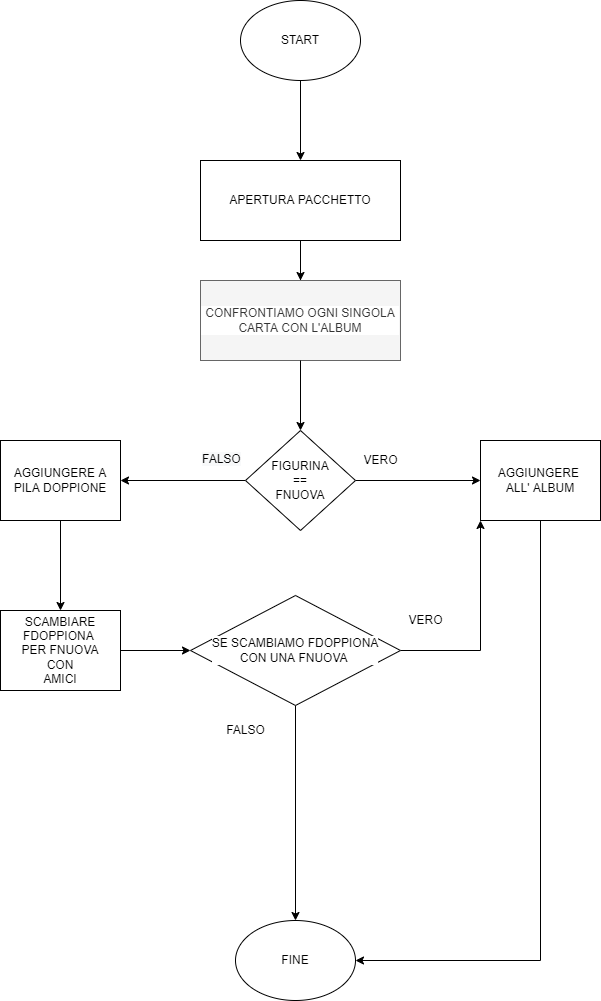
alegiunt99/human-code keeps this draw.io diagram as Diagramma_di_flusso.png. Above is the earlier version. Source tidied: cells renumbered, new cells last; positions are measured from the earlier drawing's top-left corner, leaving out a move shared by most shapes. The source it was exported from:
```xml
<mxGraphModel>
  <root>
    <mxCell id="0" />
    <mxCell id="1" parent="0" />
    <mxCell id="2" value="START" style="ellipse;whiteSpace=wrap;html=1;" parent="1" vertex="1">
      <mxGeometry x="240" width="120" height="80" as="geometry" />
    </mxCell>
    <mxCell id="3" style="endArrow=classic;html=1;rounded=0;exitX=0.5;exitY=1;exitDx=0;exitDy=0;" parent="1" edge="1" source="2">
      <mxGeometry relative="1" as="geometry">
        <mxPoint x="300" y="160" as="targetPoint" />
      </mxGeometry>
    </mxCell>
    <mxCell id="4" style="rounded=0;whiteSpace=wrap;html=1;labelBackgroundColor=#FFFFFF;fontColor=#FFFFFF;" parent="1" vertex="1">
      <mxGeometry x="200" y="160" width="200" height="80" as="geometry" />
    </mxCell>
    <mxCell id="5" style="edgeStyle=orthogonalEdgeStyle;rounded=0;jettySize=auto;html=1;fontColor=#000000;" parent="1" edge="1" source="6" target="8">
      <mxGeometry relative="1" as="geometry" />
    </mxCell>
    <mxCell id="6" value="&lt;font color=&quot;#000000&quot;&gt;APERTURA PACCHETTO&lt;/font&gt;" style="text;html=1;strokeColor=none;fillColor=none;align=center;verticalAlign=middle;whiteSpace=wrap;rounded=0;labelBackgroundColor=#FFFFFF;fontColor=#FFFFFF;" parent="1" vertex="1">
      <mxGeometry x="200" y="160" width="200" height="80" as="geometry" />
    </mxCell>
    <mxCell id="7" style="endArrow=classic;html=1;rounded=0;fontColor=#000000;exitX=0.5;exitY=1;exitDx=0;exitDy=0;" parent="1" edge="1" source="6">
      <mxGeometry relative="1" as="geometry">
        <mxPoint x="300" y="290" as="targetPoint" />
      </mxGeometry>
    </mxCell>
    <mxCell id="8" value="CONFRONTIAMO OGNI SINGOLA CARTA CON L'ALBUM" style="text;html=1;align=center;verticalAlign=middle;whiteSpace=wrap;rounded=0;labelBackgroundColor=#FFFFFF;fillColor=#f5f5f5;fontColor=#333333;strokeColor=#666666;" parent="1" vertex="1">
      <mxGeometry x="200" y="280" width="200" height="80" as="geometry" />
    </mxCell>
    <mxCell id="9" style="edgeStyle=orthogonalEdgeStyle;rounded=0;jettySize=auto;html=1;fontColor=#000000;" parent="1" edge="1" source="11" target="14">
      <mxGeometry relative="1" as="geometry" />
    </mxCell>
    <mxCell id="10" style="edgeStyle=orthogonalEdgeStyle;rounded=0;jettySize=auto;html=1;fontColor=#000000;entryX=1;entryY=0.5;entryDx=0;entryDy=0;" parent="1" edge="1" source="11" target="16">
      <mxGeometry relative="1" as="geometry" />
    </mxCell>
    <mxCell id="11" value="FIGURINA&lt;br&gt;==&lt;br&gt;FNUOVA" style="rhombus;whiteSpace=wrap;html=1;labelBackgroundColor=#FFFFFF;fontColor=#000000;fillColor=#FFFFFF;" parent="1" vertex="1">
      <mxGeometry x="245" y="430" width="110" height="100" as="geometry" />
    </mxCell>
    <mxCell id="12" style="endArrow=classic;html=1;rounded=0;fontColor=#000000;entryX=0.5;entryY=0;entryDx=0;entryDy=0;exitX=0.5;exitY=1;exitDx=0;exitDy=0;" parent="1" edge="1" source="8" target="11">
      <mxGeometry relative="1" as="geometry" />
    </mxCell>
    <mxCell id="13" style="edgeStyle=orthogonalEdgeStyle;rounded=0;jettySize=auto;html=1;entryX=1;entryY=0.5;entryDx=0;entryDy=0;fontColor=#000000;" parent="1" edge="1" source="14" target="22">
      <mxGeometry relative="1" as="geometry">
        <Array as="points">
          <mxPoint x="540" y="960" />
        </Array>
      </mxGeometry>
    </mxCell>
    <mxCell id="14" value="AGGIUNGERE &lt;br&gt;ALL' ALBUM" style="whiteSpace=wrap;html=1;fillColor=#FFFFFF;fontColor=#000000;labelBackgroundColor=#FFFFFF;" parent="1" vertex="1">
      <mxGeometry x="480" y="440" width="120" height="80" as="geometry" />
    </mxCell>
    <mxCell id="15" style="edgeStyle=orthogonalEdgeStyle;rounded=0;jettySize=auto;html=1;fontColor=#000000;" parent="1" edge="1" source="16" target="20">
      <mxGeometry relative="1" as="geometry" />
    </mxCell>
    <mxCell id="16" value="AGGIUNGERE A PILA DOPPIONE" style="whiteSpace=wrap;html=1;fillColor=#FFFFFF;fontColor=#000000;labelBackgroundColor=#FFFFFF;" parent="1" vertex="1">
      <mxGeometry y="440" width="120" height="80" as="geometry" />
    </mxCell>
    <mxCell id="17" value="VERO&lt;br&gt;" style="text;html=1;align=center;verticalAlign=middle;strokeColor=none;fillColor=none;fontColor=#000000;" parent="1" vertex="1">
      <mxGeometry x="355" y="450" width="50" height="20" as="geometry" />
    </mxCell>
    <mxCell id="18" value="&lt;span style=&quot;color: rgb(0 , 0 , 0) ; font-family: &amp;#34;helvetica&amp;#34; ; font-size: 12px ; font-style: normal ; font-weight: 400 ; letter-spacing: normal ; text-align: center ; text-indent: 0px ; text-transform: none ; word-spacing: 0px ; background-color: rgb(248 , 249 , 250) ; display: inline ; float: none&quot;&gt;FALSO&lt;br&gt;&lt;br&gt;&lt;br&gt;&lt;/span&gt;" style="text;whiteSpace=wrap;html=1;fontColor=#000000;" parent="1" vertex="1">
      <mxGeometry x="200" y="445" width="60" height="30" as="geometry" />
    </mxCell>
    <mxCell id="19" style="edgeStyle=orthogonalEdgeStyle;rounded=0;jettySize=auto;html=1;fontColor=#000000;" parent="1" edge="1" source="20" target="25">
      <mxGeometry relative="1" as="geometry" />
    </mxCell>
    <mxCell id="20" value="SCAMBIARE FDOPPIONA &lt;br&gt;PER FNUOVA&lt;br&gt;CON&lt;br&gt;AMICI" style="whiteSpace=wrap;html=1;fillColor=#FFFFFF;fontColor=#000000;labelBackgroundColor=#FFFFFF;" parent="1" vertex="1">
      <mxGeometry y="610" width="120" height="80" as="geometry" />
    </mxCell>
    <mxCell id="21" style="edgeStyle=orthogonalEdgeStyle;rounded=0;orthogonalLoop=1;jettySize=auto;html=1;entryX=0.5;entryY=1;entryDx=0;entryDy=0;fontColor=#000000;exitX=0.5;exitY=1;exitDx=0;exitDy=0;" parent="1" edge="1" source="20" target="20">
      <mxGeometry relative="1" as="geometry" />
    </mxCell>
    <mxCell id="22" value="FINE" style="ellipse;whiteSpace=wrap;html=1;labelBackgroundColor=#FFFFFF;fontColor=#000000;fillColor=#FFFFFF;" parent="1" vertex="1">
      <mxGeometry x="235" y="920" width="120" height="80" as="geometry" />
    </mxCell>
    <mxCell id="23" style="edgeStyle=orthogonalEdgeStyle;rounded=0;jettySize=auto;html=1;entryX=0;entryY=1;entryDx=0;entryDy=0;fontColor=#000000;" parent="1" edge="1" source="25" target="14">
      <mxGeometry relative="1" as="geometry" />
    </mxCell>
    <mxCell id="24" style="edgeStyle=orthogonalEdgeStyle;rounded=0;jettySize=auto;html=1;fontColor=#000000;" parent="1" edge="1" source="25" target="22">
      <mxGeometry relative="1" as="geometry" />
    </mxCell>
    <mxCell id="25" value="SE SCAMBIAMO FDOPPIONA&lt;br&gt;CON UNA FNUOVA&amp;nbsp;" style="rhombus;whiteSpace=wrap;html=1;labelBackgroundColor=#FFFFFF;fontColor=#000000;fillColor=#FFFFFF;" parent="1" vertex="1">
      <mxGeometry x="190" y="595" width="210" height="110" as="geometry" />
    </mxCell>
    <mxCell id="26" value="FALSO&lt;br&gt;" style="text;html=1;align=center;verticalAlign=middle;strokeColor=none;fillColor=none;fontColor=#000000;" parent="1" vertex="1">
      <mxGeometry x="220" y="720" width="50" height="20" as="geometry" />
    </mxCell>
    <mxCell id="27" value="VERO&lt;br&gt;" style="text;html=1;align=center;verticalAlign=middle;strokeColor=none;fillColor=none;fontColor=#000000;" parent="1" vertex="1">
      <mxGeometry x="400" y="610" width="50" height="20" as="geometry" />
    </mxCell>
  </root>
</mxGraphModel>
```
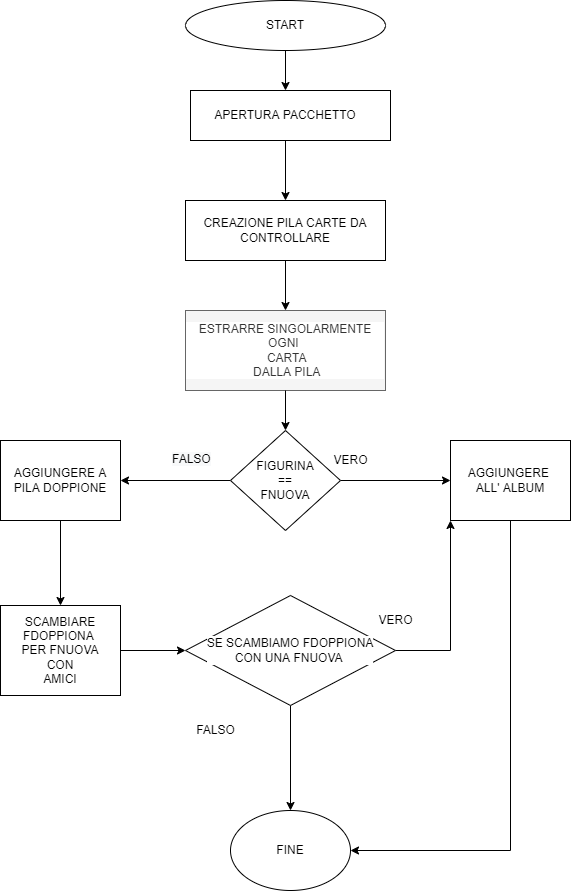
Above is the later version.

Commit message:
aggiunta Array

The edit, as a diff of the source:
```diff
@@ -2,30 +2,23 @@
   <root>
     <mxCell id="0" />
     <mxCell id="1" parent="0" />
+    <mxCell id="28" style="edgeStyle=orthogonalEdgeStyle;rounded=0;jettySize=auto;html=1;entryX=0.5;entryY=0;entryDx=0;entryDy=0;fontColor=#000000;" parent="1" edge="1" source="2" target="6">
+      <mxGeometry relative="1" as="geometry" />
+    </mxCell>
     <mxCell id="2" value="START" style="ellipse;whiteSpace=wrap;html=1;" parent="1" vertex="1">
-      <mxGeometry x="240" width="120" height="80" as="geometry" />
+      <mxGeometry x="215" width="200" height="50" as="geometry" />
     </mxCell>
-    <mxCell id="3" style="endArrow=classic;html=1;rounded=0;exitX=0.5;exitY=1;exitDx=0;exitDy=0;" parent="1" edge="1" source="2">
-      <mxGeometry relative="1" as="geometry">
-        <mxPoint x="300" y="160" as="targetPoint" />
-      </mxGeometry>
-    </mxCell>
     <mxCell id="4" style="rounded=0;whiteSpace=wrap;html=1;labelBackgroundColor=#FFFFFF;fontColor=#FFFFFF;" parent="1" vertex="1">
-      <mxGeometry x="200" y="160" width="200" height="80" as="geometry" />
+      <mxGeometry x="220" y="90" width="200" height="50" as="geometry" />
     </mxCell>
-    <mxCell id="5" style="edgeStyle=orthogonalEdgeStyle;rounded=0;jettySize=auto;html=1;fontColor=#000000;" parent="1" edge="1" source="6" target="8">
-      <mxGeometry relative="1" as="geometry" />
-    </mxCell>
+    <mxCell id="29" style="edgeStyle=orthogonalEdgeStyle;rounded=0;jettySize=auto;html=1;fontColor=#000000;" parent="1" edge="1" source="6" target="31">
+      <mxGeometry relative="1" as="geometry" />
+    </mxCell>
     <mxCell id="6" value="&lt;font color=&quot;#000000&quot;&gt;APERTURA PACCHETTO&lt;/font&gt;" style="text;html=1;strokeColor=none;fillColor=none;align=center;verticalAlign=middle;whiteSpace=wrap;rounded=0;labelBackgroundColor=#FFFFFF;fontColor=#FFFFFF;" parent="1" vertex="1">
-      <mxGeometry x="200" y="160" width="200" height="80" as="geometry" />
+      <mxGeometry x="215" y="90" width="200" height="50" as="geometry" />
     </mxCell>
-    <mxCell id="7" style="endArrow=classic;html=1;rounded=0;fontColor=#000000;exitX=0.5;exitY=1;exitDx=0;exitDy=0;" parent="1" edge="1" source="6">
-      <mxGeometry relative="1" as="geometry">
-        <mxPoint x="300" y="290" as="targetPoint" />
-      </mxGeometry>
-    </mxCell>
-    <mxCell id="8" value="CONFRONTIAMO OGNI SINGOLA CARTA CON L'ALBUM" style="text;html=1;align=center;verticalAlign=middle;whiteSpace=wrap;rounded=0;labelBackgroundColor=#FFFFFF;fillColor=#f5f5f5;fontColor=#333333;strokeColor=#666666;" parent="1" vertex="1">
-      <mxGeometry x="200" y="280" width="200" height="80" as="geometry" />
+    <mxCell id="8" value="ESTRARRE SINGOLARMENTE OGNI&amp;nbsp;&lt;br&gt;&amp;nbsp;CARTA&lt;br&gt;&amp;nbsp;DALLA PILA" style="text;html=1;align=center;verticalAlign=middle;whiteSpace=wrap;rounded=0;labelBackgroundColor=#FFFFFF;fillColor=#f5f5f5;fontColor=#333333;strokeColor=#666666;" parent="1" vertex="1">
+      <mxGeometry x="215" y="310" width="200" height="80" as="geometry" />
     </mxCell>
     <mxCell id="9" style="edgeStyle=orthogonalEdgeStyle;rounded=0;jettySize=auto;html=1;fontColor=#000000;" parent="1" edge="1" source="11" target="14">
       <mxGeometry relative="1" as="geometry" />
@@ -34,7 +27,7 @@
       <mxGeometry relative="1" as="geometry" />
     </mxCell>
     <mxCell id="11" value="FIGURINA&lt;br&gt;==&lt;br&gt;FNUOVA" style="rhombus;whiteSpace=wrap;html=1;labelBackgroundColor=#FFFFFF;fontColor=#000000;fillColor=#FFFFFF;" parent="1" vertex="1">
-      <mxGeometry x="245" y="430" width="110" height="100" as="geometry" />
+      <mxGeometry x="260" y="430" width="110" height="100" as="geometry" />
     </mxCell>
     <mxCell id="12" style="endArrow=classic;html=1;rounded=0;fontColor=#000000;entryX=0.5;entryY=0;entryDx=0;entryDy=0;exitX=0.5;exitY=1;exitDx=0;exitDy=0;" parent="1" edge="1" source="8" target="11">
       <mxGeometry relative="1" as="geometry" />
@@ -42,7 +35,7 @@
     <mxCell id="13" style="edgeStyle=orthogonalEdgeStyle;rounded=0;jettySize=auto;html=1;entryX=1;entryY=0.5;entryDx=0;entryDy=0;fontColor=#000000;" parent="1" edge="1" source="14" target="22">
       <mxGeometry relative="1" as="geometry">
         <Array as="points">
-          <mxPoint x="540" y="960" />
+          <mxPoint x="540" y="850" />
         </Array>
       </mxGeometry>
     </mxCell>
@@ -53,7 +46,7 @@
       <mxGeometry relative="1" as="geometry" />
     </mxCell>
     <mxCell id="16" value="AGGIUNGERE A PILA DOPPIONE" style="whiteSpace=wrap;html=1;fillColor=#FFFFFF;fontColor=#000000;labelBackgroundColor=#FFFFFF;" parent="1" vertex="1">
-      <mxGeometry y="440" width="120" height="80" as="geometry" />
+      <mxGeometry x="30" y="440" width="120" height="80" as="geometry" />
     </mxCell>
     <mxCell id="17" value="VERO&lt;br&gt;" style="text;html=1;align=center;verticalAlign=middle;strokeColor=none;fillColor=none;fontColor=#000000;" parent="1" vertex="1">
       <mxGeometry x="355" y="450" width="50" height="20" as="geometry" />
@@ -65,13 +58,13 @@
       <mxGeometry relative="1" as="geometry" />
     </mxCell>
     <mxCell id="20" value="SCAMBIARE FDOPPIONA &lt;br&gt;PER FNUOVA&lt;br&gt;CON&lt;br&gt;AMICI" style="whiteSpace=wrap;html=1;fillColor=#FFFFFF;fontColor=#000000;labelBackgroundColor=#FFFFFF;" parent="1" vertex="1">
-      <mxGeometry y="610" width="120" height="80" as="geometry" />
+      <mxGeometry x="30" y="605" width="120" height="90" as="geometry" />
     </mxCell>
     <mxCell id="21" style="edgeStyle=orthogonalEdgeStyle;rounded=0;orthogonalLoop=1;jettySize=auto;html=1;entryX=0.5;entryY=1;entryDx=0;entryDy=0;fontColor=#000000;exitX=0.5;exitY=1;exitDx=0;exitDy=0;" parent="1" edge="1" source="20" target="20">
       <mxGeometry relative="1" as="geometry" />
     </mxCell>
     <mxCell id="22" value="FINE" style="ellipse;whiteSpace=wrap;html=1;labelBackgroundColor=#FFFFFF;fontColor=#000000;fillColor=#FFFFFF;" parent="1" vertex="1">
-      <mxGeometry x="235" y="920" width="120" height="80" as="geometry" />
+      <mxGeometry x="260" y="810" width="120" height="80" as="geometry" />
     </mxCell>
     <mxCell id="23" style="edgeStyle=orthogonalEdgeStyle;rounded=0;jettySize=auto;html=1;entryX=0;entryY=1;entryDx=0;entryDy=0;fontColor=#000000;" parent="1" edge="1" source="25" target="14">
       <mxGeometry relative="1" as="geometry" />
@@ -80,7 +73,7 @@
       <mxGeometry relative="1" as="geometry" />
     </mxCell>
     <mxCell id="25" value="SE SCAMBIAMO FDOPPIONA&lt;br&gt;CON UNA FNUOVA&amp;nbsp;" style="rhombus;whiteSpace=wrap;html=1;labelBackgroundColor=#FFFFFF;fontColor=#000000;fillColor=#FFFFFF;" parent="1" vertex="1">
-      <mxGeometry x="190" y="595" width="210" height="110" as="geometry" />
+      <mxGeometry x="215" y="595" width="210" height="110" as="geometry" />
     </mxCell>
     <mxCell id="26" value="FALSO&lt;br&gt;" style="text;html=1;align=center;verticalAlign=middle;strokeColor=none;fillColor=none;fontColor=#000000;" parent="1" vertex="1">
       <mxGeometry x="220" y="720" width="50" height="20" as="geometry" />
@@ -88,5 +81,11 @@
     <mxCell id="27" value="VERO&lt;br&gt;" style="text;html=1;align=center;verticalAlign=middle;strokeColor=none;fillColor=none;fontColor=#000000;" parent="1" vertex="1">
       <mxGeometry x="400" y="610" width="50" height="20" as="geometry" />
     </mxCell>
+    <mxCell id="30" style="edgeStyle=orthogonalEdgeStyle;rounded=0;jettySize=auto;html=1;entryX=0.5;entryY=0;entryDx=0;entryDy=0;fontColor=#000000;" parent="1" edge="1" source="31" target="8">
+      <mxGeometry relative="1" as="geometry" />
+    </mxCell>
+    <mxCell id="31" value="CREAZIONE PILA CARTE DA CONTROLLARE" style="rounded=0;whiteSpace=wrap;html=1;labelBackgroundColor=#FFFFFF;fontColor=#000000;fillColor=#FFFFFF;" parent="1" vertex="1">
+      <mxGeometry x="215" y="200" width="200" height="60" as="geometry" />
+    </mxCell>
   </root>
 </mxGraphModel>
```
